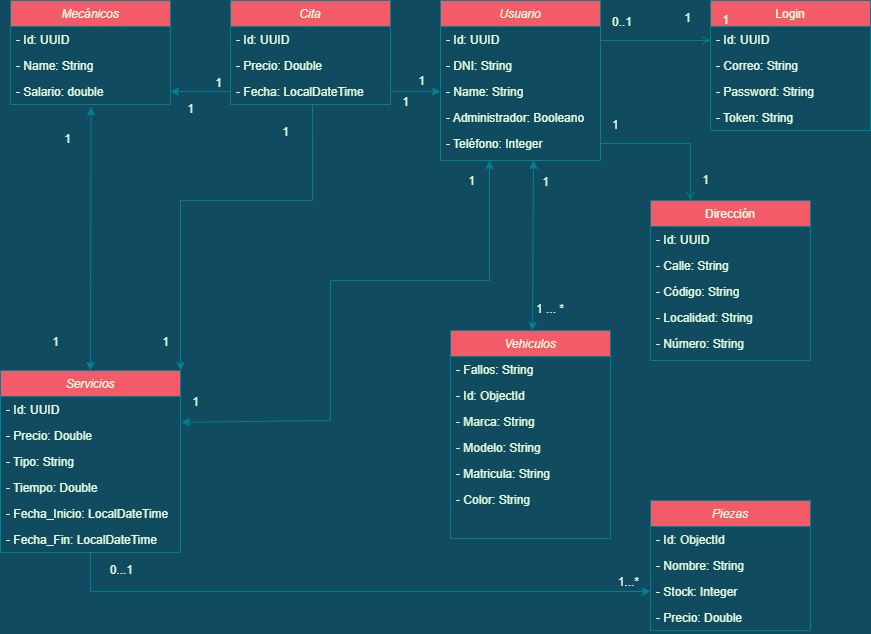
This is taller/Documentación/Taller Mecánico UML.png from javiergmun/TallerMecanico-AD-PSP, a draw.io export, as it was before one commit. Source tidied: cells renumbered, new cells last; positions are measured from the earlier drawing's top-left corner, leaving out a move shared by most shapes.
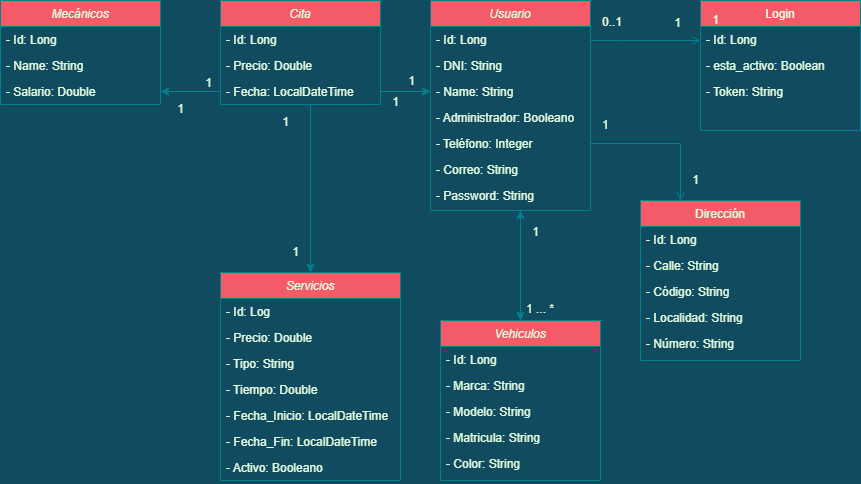
After the change.

Commit message:
Actualización UML

What changed in the source:
```diff
@@ -3,9 +3,9 @@
     <mxCell id="0" />
     <mxCell id="1" parent="0" />
     <mxCell id="2" value="Usuario" style="swimlane;fontStyle=2;align=center;verticalAlign=top;horizontal=1;startSize=26;rounded=0;shadow=0;strokeWidth=1;fillColor=#F45B69;strokeColor=#028090;fontColor=#E4FDE1;" parent="1" vertex="1">
-      <mxGeometry x="440" width="160" height="160" as="geometry" />
+      <mxGeometry x="440" width="160" height="210" as="geometry" />
     </mxCell>
-    <mxCell id="3" value="- Id: UUID" style="text;align=left;verticalAlign=top;spacingLeft=4;spacingRight=4;overflow=hidden;fontColor=#E4FDE1;" parent="2" vertex="1">
+    <mxCell id="3" value="- Id: Long" style="text;align=left;verticalAlign=top;spacingLeft=4;spacingRight=4;overflow=hidden;fontColor=#E4FDE1;" parent="2" vertex="1">
       <mxGeometry y="26" width="160" height="26" as="geometry" />
     </mxCell>
     <mxCell id="4" value="- DNI: String" style="text;align=left;verticalAlign=top;spacingLeft=4;spacingRight=4;overflow=hidden;fontColor=#E4FDE1;" parent="2" vertex="1">
@@ -20,20 +20,23 @@
     <mxCell id="7" value="- Teléfono: Integer" style="text;align=left;verticalAlign=top;spacingLeft=4;spacingRight=4;overflow=hidden;points=[[0,0.5],[1,0.5]];portConstraint=eastwest;fontColor=#E4FDE1;" parent="2" vertex="1">
       <mxGeometry y="130" width="160" height="26" as="geometry" />
     </mxCell>
+    <mxCell id="10" value="- Correo: String" style="text;align=left;verticalAlign=top;spacingLeft=4;spacingRight=4;overflow=hidden;rounded=0;shadow=0;html=0;fontColor=#E4FDE1;" parent="2" vertex="1">
+      <mxGeometry y="156" width="160" height="26" as="geometry" />
+    </mxCell>
+    <mxCell id="11" value="- Password: String" style="text;align=left;verticalAlign=top;spacingLeft=4;spacingRight=4;overflow=hidden;rounded=0;shadow=0;html=0;fontColor=#E4FDE1;" parent="2" vertex="1">
+      <mxGeometry y="182" width="160" height="26" as="geometry" />
+    </mxCell>
     <mxCell id="8" value="Login" style="swimlane;fontStyle=0;align=center;verticalAlign=top;horizontal=1;startSize=26;rounded=0;shadow=0;strokeWidth=1;fillColor=#F45B69;strokeColor=#028090;fontColor=#E4FDE1;" parent="1" vertex="1">
       <mxGeometry x="710" width="160" height="130" as="geometry" />
     </mxCell>
-    <mxCell id="9" value="- Id: UUID" style="text;align=left;verticalAlign=top;spacingLeft=4;spacingRight=4;overflow=hidden;rounded=0;shadow=0;html=0;fontColor=#E4FDE1;" parent="8" vertex="1">
+    <mxCell id="9" value="- Id: Long" style="text;align=left;verticalAlign=top;spacingLeft=4;spacingRight=4;overflow=hidden;rounded=0;shadow=0;html=0;fontColor=#E4FDE1;" parent="8" vertex="1">
       <mxGeometry y="26" width="160" height="26" as="geometry" />
     </mxCell>
-    <mxCell id="10" value="- Correo: String" style="text;align=left;verticalAlign=top;spacingLeft=4;spacingRight=4;overflow=hidden;rounded=0;shadow=0;html=0;fontColor=#E4FDE1;" parent="8" vertex="1">
-      <mxGeometry y="52" width="160" height="26" as="geometry" />
-    </mxCell>
-    <mxCell id="11" value="- Password: String" style="text;align=left;verticalAlign=top;spacingLeft=4;spacingRight=4;overflow=hidden;rounded=0;shadow=0;html=0;fontColor=#E4FDE1;" parent="8" vertex="1">
-      <mxGeometry y="78" width="160" height="26" as="geometry" />
-    </mxCell>
+    <mxCell id="74" value="- esta_activo: Boolean" style="text;align=left;verticalAlign=top;spacingLeft=4;spacingRight=4;overflow=hidden;rounded=0;shadow=0;html=0;fontColor=#E4FDE1;" parent="8" vertex="1">
+      <mxGeometry y="52" width="160" height="26" as="geometry" />
+    </mxCell>
     <mxCell id="12" value="- Token: String" style="text;align=left;verticalAlign=top;spacingLeft=4;spacingRight=4;overflow=hidden;rounded=0;shadow=0;html=0;fontColor=#E4FDE1;" parent="8" vertex="1">
-      <mxGeometry y="104" width="160" height="26" as="geometry" />
+      <mxGeometry y="78" width="160" height="26" as="geometry" />
     </mxCell>
     <mxCell id="13" style="endArrow=open;shadow=0;strokeWidth=1;rounded=0;endFill=1;edgeStyle=elbowEdgeStyle;elbow=vertical;labelBackgroundColor=#114B5F;strokeColor=#028090;fontColor=#E4FDE1;" parent="1" edge="1" source="2" target="8">
       <mxGeometry x="0.5" y="41" relative="1" as="geometry">
@@ -54,40 +57,18 @@
         <mxPoint x="20" y="-12" as="offset" />
       </mxGeometry>
     </mxCell>
-    <mxCell id="16" style="edgeStyle=orthogonalEdgeStyle;rounded=0;jettySize=auto;html=1;labelBackgroundColor=#114B5F;strokeColor=#028090;fontColor=#E4FDE1;entryX=0;entryY=0.5;entryDx=0;entryDy=0;" parent="1" edge="1" source="37" target="20">
-      <mxGeometry relative="1" as="geometry">
-        <Array as="points">
-          <mxPoint x="90" y="591" />
-        </Array>
-      </mxGeometry>
-    </mxCell>
-    <mxCell id="17" value="Piezas" style="swimlane;fontStyle=2;align=center;verticalAlign=top;horizontal=1;startSize=26;rounded=0;shadow=0;strokeWidth=1;fillColor=#F45B69;strokeColor=#028090;fontColor=#E4FDE1;" parent="1" vertex="1">
-      <mxGeometry x="650" y="500" width="160" height="130" as="geometry" />
-    </mxCell>
-    <mxCell id="18" value="- Id: ObjectId" style="text;align=left;verticalAlign=top;spacingLeft=4;spacingRight=4;overflow=hidden;fontColor=#E4FDE1;" parent="17" vertex="1">
-      <mxGeometry y="26" width="160" height="26" as="geometry" />
-    </mxCell>
-    <mxCell id="19" value="- Nombre: String" style="text;align=left;verticalAlign=top;spacingLeft=4;spacingRight=4;overflow=hidden;fontColor=#E4FDE1;" parent="17" vertex="1">
-      <mxGeometry y="52" width="160" height="26" as="geometry" />
-    </mxCell>
-    <mxCell id="20" value="- Stock: Integer" style="text;align=left;verticalAlign=top;spacingLeft=4;spacingRight=4;overflow=hidden;points=[[0,0.5],[1,0.5]];portConstraint=eastwest;fontColor=#E4FDE1;" parent="17" vertex="1">
-      <mxGeometry y="78" width="160" height="26" as="geometry" />
-    </mxCell>
-    <mxCell id="21" value="- Precio: Double" style="text;align=left;verticalAlign=top;spacingLeft=4;spacingRight=4;overflow=hidden;fontColor=#E4FDE1;" parent="17" vertex="1">
-      <mxGeometry y="104" width="160" height="26" as="geometry" />
-    </mxCell>
-    <mxCell id="22" style="edgeStyle=orthogonalEdgeStyle;rounded=0;jettySize=auto;html=1;entryX=1;entryY=0;entryDx=0;entryDy=0;exitX=0.513;exitY=1.008;exitDx=0;exitDy=0;exitPerimeter=0;labelBackgroundColor=#114B5F;strokeColor=#028090;fontColor=#E4FDE1;" parent="1" edge="1" source="26" target="31">
+    <mxCell id="22" style="edgeStyle=orthogonalEdgeStyle;rounded=0;jettySize=auto;html=1;labelBackgroundColor=#114B5F;strokeColor=#028090;fontColor=#E4FDE1;entryX=0.5;entryY=0;entryDx=0;entryDy=0;" parent="1" edge="1" source="26" target="31">
       <mxGeometry relative="1" as="geometry">
         <Array as="points">
-          <mxPoint x="312" y="200" />
-          <mxPoint x="180" y="200" />
+          <mxPoint x="320" y="270" />
+          <mxPoint x="320" y="270" />
         </Array>
       </mxGeometry>
     </mxCell>
     <mxCell id="23" value="Cita" style="swimlane;fontStyle=2;align=center;verticalAlign=top;horizontal=1;startSize=26;rounded=0;shadow=0;strokeWidth=1;fillColor=#F45B69;strokeColor=#028090;fontColor=#E4FDE1;" parent="1" vertex="1">
       <mxGeometry x="230" width="160" height="104" as="geometry" />
     </mxCell>
-    <mxCell id="24" value="- Id: UUID" style="text;align=left;verticalAlign=top;spacingLeft=4;spacingRight=4;overflow=hidden;fontColor=#E4FDE1;" parent="23" vertex="1">
+    <mxCell id="24" value="- Id: Long" style="text;align=left;verticalAlign=top;spacingLeft=4;spacingRight=4;overflow=hidden;fontColor=#E4FDE1;" parent="23" vertex="1">
       <mxGeometry y="26" width="160" height="26" as="geometry" />
     </mxCell>
     <mxCell id="25" value="- Precio: Double" style="text;align=left;verticalAlign=top;spacingLeft=4;spacingRight=4;overflow=hidden;points=[[0,0.5],[1,0.5]];portConstraint=eastwest;fontColor=#E4FDE1;" parent="23" vertex="1">
@@ -99,19 +80,19 @@
     <mxCell id="27" value="Mecánicos" style="swimlane;fontStyle=2;align=center;verticalAlign=top;horizontal=1;startSize=26;rounded=0;shadow=0;strokeWidth=1;fillColor=#F45B69;strokeColor=#028090;fontColor=#E4FDE1;" parent="1" vertex="1">
       <mxGeometry x="10" width="160" height="104" as="geometry" />
     </mxCell>
-    <mxCell id="28" value="- Id: UUID" style="text;align=left;verticalAlign=top;spacingLeft=4;spacingRight=4;overflow=hidden;fontColor=#E4FDE1;" parent="27" vertex="1">
+    <mxCell id="28" value="- Id: Long" style="text;align=left;verticalAlign=top;spacingLeft=4;spacingRight=4;overflow=hidden;fontColor=#E4FDE1;" parent="27" vertex="1">
       <mxGeometry y="26" width="160" height="26" as="geometry" />
     </mxCell>
     <mxCell id="29" value="- Name: String" style="text;align=left;verticalAlign=top;spacingLeft=4;spacingRight=4;overflow=hidden;fontColor=#E4FDE1;" parent="27" vertex="1">
       <mxGeometry y="52" width="160" height="26" as="geometry" />
     </mxCell>
-    <mxCell id="30" value="- Salario: double" style="text;align=left;verticalAlign=top;spacingLeft=4;spacingRight=4;overflow=hidden;points=[[0,0.5],[1,0.5]];portConstraint=eastwest;fontColor=#E4FDE1;" parent="27" vertex="1">
+    <mxCell id="30" value="- Salario: Double" style="text;align=left;verticalAlign=top;spacingLeft=4;spacingRight=4;overflow=hidden;points=[[0,0.5],[1,0.5]];portConstraint=eastwest;fontColor=#E4FDE1;" parent="27" vertex="1">
       <mxGeometry y="78" width="160" height="26" as="geometry" />
     </mxCell>
     <mxCell id="31" value="Servicios" style="swimlane;fontStyle=2;align=center;verticalAlign=top;horizontal=1;startSize=26;rounded=0;shadow=0;strokeWidth=1;fillColor=#F45B69;strokeColor=#028090;fontColor=#E4FDE1;" parent="1" vertex="1">
-      <mxGeometry y="370" width="180" height="182" as="geometry" />
+      <mxGeometry x="230" y="272" width="180" height="208" as="geometry" />
     </mxCell>
-    <mxCell id="32" value="- Id: UUID" style="text;align=left;verticalAlign=top;spacingLeft=4;spacingRight=4;overflow=hidden;fontColor=#E4FDE1;" parent="31" vertex="1">
+    <mxCell id="32" value="- Id: Log" style="text;align=left;verticalAlign=top;spacingLeft=4;spacingRight=4;overflow=hidden;fontColor=#E4FDE1;" parent="31" vertex="1">
       <mxGeometry y="26" width="180" height="26" as="geometry" />
     </mxCell>
     <mxCell id="33" value="- Precio: Double" style="text;align=left;verticalAlign=top;spacingLeft=4;spacingRight=4;overflow=hidden;points=[[0,0.5],[1,0.5]];portConstraint=eastwest;fontColor=#E4FDE1;" parent="31" vertex="1">
@@ -129,62 +110,40 @@
     <mxCell id="37" value="- Fecha_Fin: LocalDateTime" style="text;align=left;verticalAlign=top;spacingLeft=4;spacingRight=4;overflow=hidden;points=[[0,0.5],[1,0.5]];portConstraint=eastwest;fontColor=#E4FDE1;" parent="31" vertex="1">
       <mxGeometry y="156" width="180" height="26" as="geometry" />
     </mxCell>
+    <mxCell id="75" value="- Activo: Booleano" style="text;align=left;verticalAlign=top;spacingLeft=4;spacingRight=4;overflow=hidden;fontColor=#E4FDE1;" parent="31" vertex="1">
+      <mxGeometry y="182" width="180" height="26" as="geometry" />
+    </mxCell>
     <mxCell id="38" value="Vehiculos" style="swimlane;fontStyle=2;align=center;verticalAlign=top;horizontal=1;startSize=26;rounded=0;shadow=0;strokeWidth=1;fillColor=#F45B69;strokeColor=#028090;fontColor=#E4FDE1;" parent="1" vertex="1">
-      <mxGeometry x="450" y="330" width="160" height="208" as="geometry" />
+      <mxGeometry x="450" y="320" width="160" height="160" as="geometry" />
     </mxCell>
-    <mxCell id="39" value="- Fallos: String" style="text;align=left;verticalAlign=top;spacingLeft=4;spacingRight=4;overflow=hidden;fontColor=#E4FDE1;" parent="38" vertex="1">
-      <mxGeometry y="26" width="160" height="26" as="geometry" />
-    </mxCell>
-    <mxCell id="40" value="- Id: ObjectId" style="text;align=left;verticalAlign=top;spacingLeft=4;spacingRight=4;overflow=hidden;fontColor=#E4FDE1;" parent="38" vertex="1">
-      <mxGeometry y="52" width="160" height="26" as="geometry" />
+    <mxCell id="40" value="- Id: Long" style="text;align=left;verticalAlign=top;spacingLeft=4;spacingRight=4;overflow=hidden;fontColor=#E4FDE1;" parent="38" vertex="1">
+      <mxGeometry y="26" width="160" height="26" as="geometry" />
     </mxCell>
     <mxCell id="41" value="- Marca: String" style="text;align=left;verticalAlign=top;spacingLeft=4;spacingRight=4;overflow=hidden;fontColor=#E4FDE1;" parent="38" vertex="1">
-      <mxGeometry y="78" width="160" height="26" as="geometry" />
+      <mxGeometry y="52" width="160" height="26" as="geometry" />
     </mxCell>
     <mxCell id="42" value="- Modelo: String" style="text;align=left;verticalAlign=top;spacingLeft=4;spacingRight=4;overflow=hidden;fontColor=#E4FDE1;" parent="38" vertex="1">
-      <mxGeometry y="104" width="160" height="26" as="geometry" />
+      <mxGeometry y="78" width="160" height="26" as="geometry" />
     </mxCell>
     <mxCell id="43" value="- Matricula: String" style="text;align=left;verticalAlign=top;spacingLeft=4;spacingRight=4;overflow=hidden;fontColor=#E4FDE1;" parent="38" vertex="1">
-      <mxGeometry y="130" width="160" height="26" as="geometry" />
+      <mxGeometry y="104" width="160" height="26" as="geometry" />
     </mxCell>
     <mxCell id="44" value="- Color: String" style="text;align=left;verticalAlign=top;spacingLeft=4;spacingRight=4;overflow=hidden;fontColor=#E4FDE1;" parent="38" vertex="1">
-      <mxGeometry y="156" width="160" height="26" as="geometry" />
+      <mxGeometry y="130" width="160" height="26" as="geometry" />
     </mxCell>
-    <mxCell id="45" style="endArrow=classic;startArrow=classic;html=1;rounded=0;exitX=1.005;exitY=-0.008;exitDx=0;exitDy=0;exitPerimeter=0;labelBackgroundColor=#114B5F;strokeColor=#028090;fontColor=#E4FDE1;" parent="1" edge="1" source="33">
-      <mxGeometry relative="1" as="geometry">
-        <mxPoint x="489" y="160" as="targetPoint" />
-        <Array as="points">
-          <mxPoint x="330" y="420" />
-          <mxPoint x="330" y="280" />
-          <mxPoint x="489" y="280" />
-        </Array>
-      </mxGeometry>
-    </mxCell>
-    <mxCell id="46" value="1" style="align=right;verticalAlign=bottom;labelBackgroundColor=none;fontSize=12;fillColor=#F45B69;strokeColor=#028090;fontColor=#E4FDE1;" parent="1" vertex="1">
-      <mxGeometry x="200" y="410" as="geometry" />
-    </mxCell>
-    <mxCell id="47" style="endArrow=classic;startArrow=classic;html=1;rounded=0;labelBackgroundColor=#114B5F;strokeColor=#028090;fontColor=#E4FDE1;" parent="1" edge="1">
+    <mxCell id="47" style="endArrow=classic;startArrow=classic;html=1;rounded=0;labelBackgroundColor=#114B5F;strokeColor=#028090;fontColor=#E4FDE1;exitX=0.5;exitY=0;exitDx=0;exitDy=0;" parent="1" edge="1" source="38">
       <mxGeometry relative="1" as="geometry">
-        <mxPoint x="532" y="330" as="sourcePoint" />
-        <mxPoint x="533" y="160" as="targetPoint" />
+        <mxPoint x="530" y="210" as="targetPoint" />
       </mxGeometry>
     </mxCell>
     <mxCell id="48" value="1" style="align=right;verticalAlign=bottom;labelBackgroundColor=none;fontSize=12;fillColor=#F45B69;strokeColor=#028090;fontColor=#E4FDE1;" parent="1" vertex="1">
-      <mxGeometry x="550" y="190" as="geometry" />
+      <mxGeometry x="550" y="240" as="geometry" />
     </mxCell>
     <mxCell id="49" value="1 ... *" style="align=right;verticalAlign=bottom;labelBackgroundColor=none;fontSize=12;fillColor=#F45B69;strokeColor=#028090;fontColor=#E4FDE1;" parent="1" vertex="1">
       <mxGeometry x="350" y="410" as="geometry">
         <mxPoint x="215" y="-93" as="offset" />
       </mxGeometry>
     </mxCell>
-    <mxCell id="50" value="0...1" style="align=right;verticalAlign=bottom;labelBackgroundColor=none;fontSize=12;fillColor=#F45B69;strokeColor=#028090;fontColor=#E4FDE1;" parent="1" vertex="1">
-      <mxGeometry x="93" y="370" as="geometry">
-        <mxPoint x="41" y="208" as="offset" />
-      </mxGeometry>
-    </mxCell>
-    <mxCell id="51" value="1...*" style="align=right;verticalAlign=bottom;labelBackgroundColor=none;fontSize=12;fillColor=#F45B69;strokeColor=#028090;fontColor=#E4FDE1;" parent="1" vertex="1">
-      <mxGeometry x="640" y="590" as="geometry" />
-    </mxCell>
     <mxCell id="52" style="edgeStyle=orthogonalEdgeStyle;rounded=0;jettySize=auto;html=1;labelBackgroundColor=#114B5F;strokeColor=#028090;fontColor=#E4FDE1;exitX=1;exitY=0.5;exitDx=0;exitDy=0;entryX=0;entryY=0.5;entryDx=0;entryDy=0;" parent="1" edge="1" source="25" target="5">
       <mxGeometry relative="1" as="geometry">
         <Array as="points">
@@ -195,21 +154,10 @@
     <mxCell id="53" style="edgeStyle=orthogonalEdgeStyle;rounded=0;jettySize=auto;html=1;labelBackgroundColor=#114B5F;strokeColor=#028090;fontColor=#E4FDE1;" parent="1" edge="1" source="26" target="30">
       <mxGeometry relative="1" as="geometry" />
     </mxCell>
-    <mxCell id="54" style="endArrow=classic;startArrow=classic;html=1;rounded=0;entryX=0.503;entryY=1.1;entryDx=0;entryDy=0;exitX=0.5;exitY=0;exitDx=0;exitDy=0;entryPerimeter=0;labelBackgroundColor=#114B5F;strokeColor=#028090;fontColor=#E4FDE1;" parent="1" edge="1" source="31" target="30">
-      <mxGeometry relative="1" as="geometry" />
-    </mxCell>
-    <mxCell id="55" value="1" style="align=right;verticalAlign=bottom;labelBackgroundColor=none;fontSize=12;fillColor=#F45B69;strokeColor=#028090;fontColor=#E4FDE1;" parent="1" vertex="1">
-      <mxGeometry x="220" y="320" as="geometry">
-        <mxPoint x="-148" y="-173" as="offset" />
-      </mxGeometry>
-    </mxCell>
-    <mxCell id="56" value="1" style="align=right;verticalAlign=bottom;labelBackgroundColor=none;fontSize=12;fillColor=#F45B69;strokeColor=#028090;fontColor=#E4FDE1;" parent="1" vertex="1">
-      <mxGeometry x="60" y="350" as="geometry" />
-    </mxCell>
     <mxCell id="57" value="Dirección" style="swimlane;fontStyle=0;align=center;verticalAlign=top;horizontal=1;startSize=26;rounded=0;shadow=0;strokeWidth=1;fillColor=#F45B69;strokeColor=#028090;fontColor=#E4FDE1;" parent="1" vertex="1">
       <mxGeometry x="650" y="200" width="160" height="160" as="geometry" />
     </mxCell>
-    <mxCell id="58" value="- Id: UUID" style="text;align=left;verticalAlign=top;spacingLeft=4;spacingRight=4;overflow=hidden;rounded=0;shadow=0;html=0;fontColor=#E4FDE1;" parent="57" vertex="1">
+    <mxCell id="58" value="- Id: Long" style="text;align=left;verticalAlign=top;spacingLeft=4;spacingRight=4;overflow=hidden;rounded=0;shadow=0;html=0;fontColor=#E4FDE1;" parent="57" vertex="1">
       <mxGeometry y="26" width="160" height="26" as="geometry" />
     </mxCell>
     <mxCell id="59" value="- Calle: String" style="text;align=left;verticalAlign=top;spacingLeft=4;spacingRight=4;overflow=hidden;rounded=0;shadow=0;html=0;fontColor=#E4FDE1;" parent="57" vertex="1">
@@ -224,16 +172,11 @@
     <mxCell id="62" value="- Número: String" style="text;align=left;verticalAlign=top;spacingLeft=4;spacingRight=4;overflow=hidden;rounded=0;shadow=0;html=0;fontColor=#E4FDE1;" parent="57" vertex="1">
       <mxGeometry y="130" width="160" height="26" as="geometry" />
     </mxCell>
-    <mxCell id="63" value="1" style="align=right;verticalAlign=bottom;labelBackgroundColor=none;fontSize=12;fillColor=#F45B69;strokeColor=#028090;fontColor=#E4FDE1;" parent="1" vertex="1">
-      <mxGeometry x="240" y="430" as="geometry">
-        <mxPoint x="236" y="-241" as="offset" />
-      </mxGeometry>
-    </mxCell>
     <mxCell id="64" value="1" style="align=right;verticalAlign=bottom;labelBackgroundColor=none;fontSize=12;fillColor=#F45B69;strokeColor=#028090;fontColor=#E4FDE1;" parent="1" vertex="1">
-      <mxGeometry x="170" y="350" as="geometry" />
+      <mxGeometry x="310" y="260" as="geometry" />
     </mxCell>
     <mxCell id="65" value="1" style="align=right;verticalAlign=bottom;labelBackgroundColor=none;fontSize=12;fillColor=#F45B69;strokeColor=#028090;fontColor=#E4FDE1;" parent="1" vertex="1">
-      <mxGeometry x="290" y="140" as="geometry" />
+      <mxGeometry x="300" y="130" as="geometry" />
     </mxCell>
     <mxCell id="66" value="1" style="align=right;verticalAlign=bottom;labelBackgroundColor=none;fontSize=12;fillColor=#F45B69;strokeColor=#028090;fontColor=#E4FDE1;" parent="1" vertex="1">
       <mxGeometry x="300" y="150" as="geometry">
@@ -254,7 +197,7 @@
       <mxGeometry x="410" y="110" as="geometry" />
     </mxCell>
     <mxCell id="70" value="1" style="align=right;verticalAlign=bottom;labelBackgroundColor=none;fontSize=12;fillColor=#F45B69;strokeColor=#028090;fontColor=#E4FDE1;" parent="1" vertex="1">
-      <mxGeometry x="300" y="140" as="geometry">
+      <mxGeometry x="300" y="145" as="geometry">
         <mxPoint x="392" y="-114" as="offset" />
       </mxGeometry>
     </mxCell>
```
